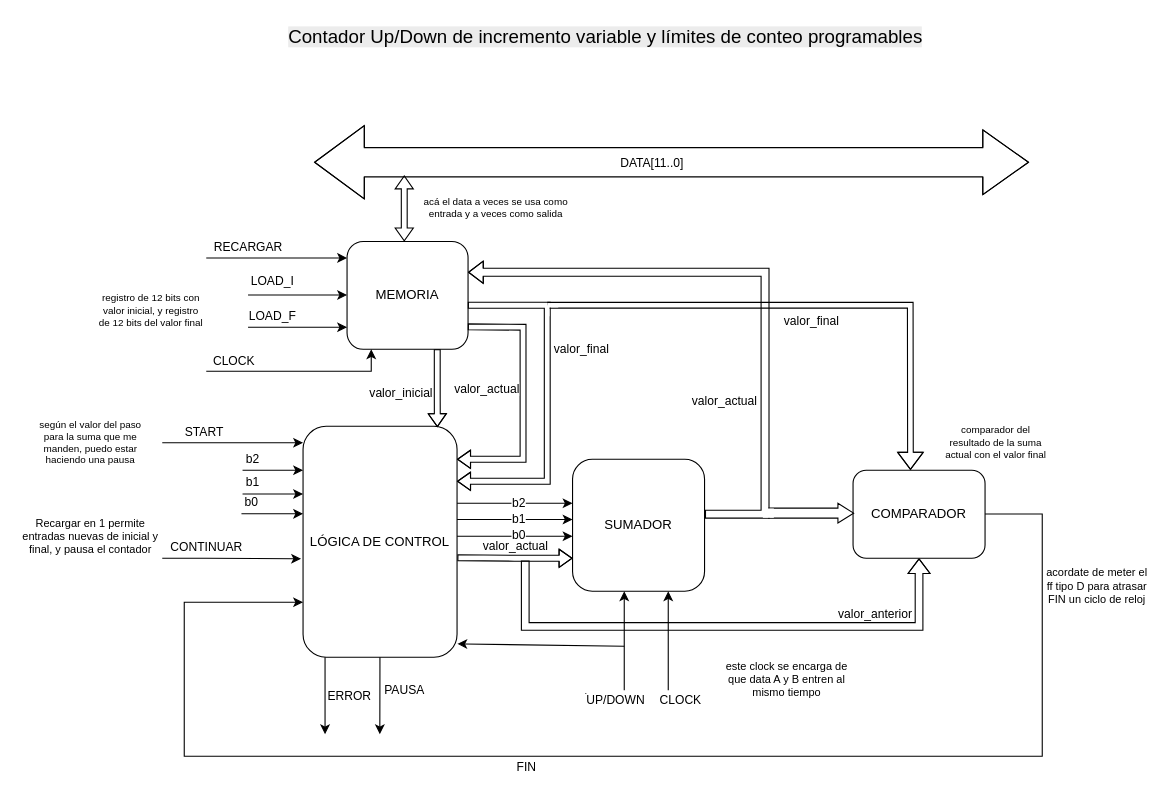
Before: page "Contador Up/Down" (2 of 4) of Integrador/Integrador.drawio in albertinap/IDL, a draw.io diagram. Source tidied: cells renumbered, new cells numbered last; positions are measured from the earlier drawing's top-left corner, leaving out a move shared by most shapes. Both pictures are drawn from the tidied source at 110%, with x=0, y=0 at pixel (19, 19).
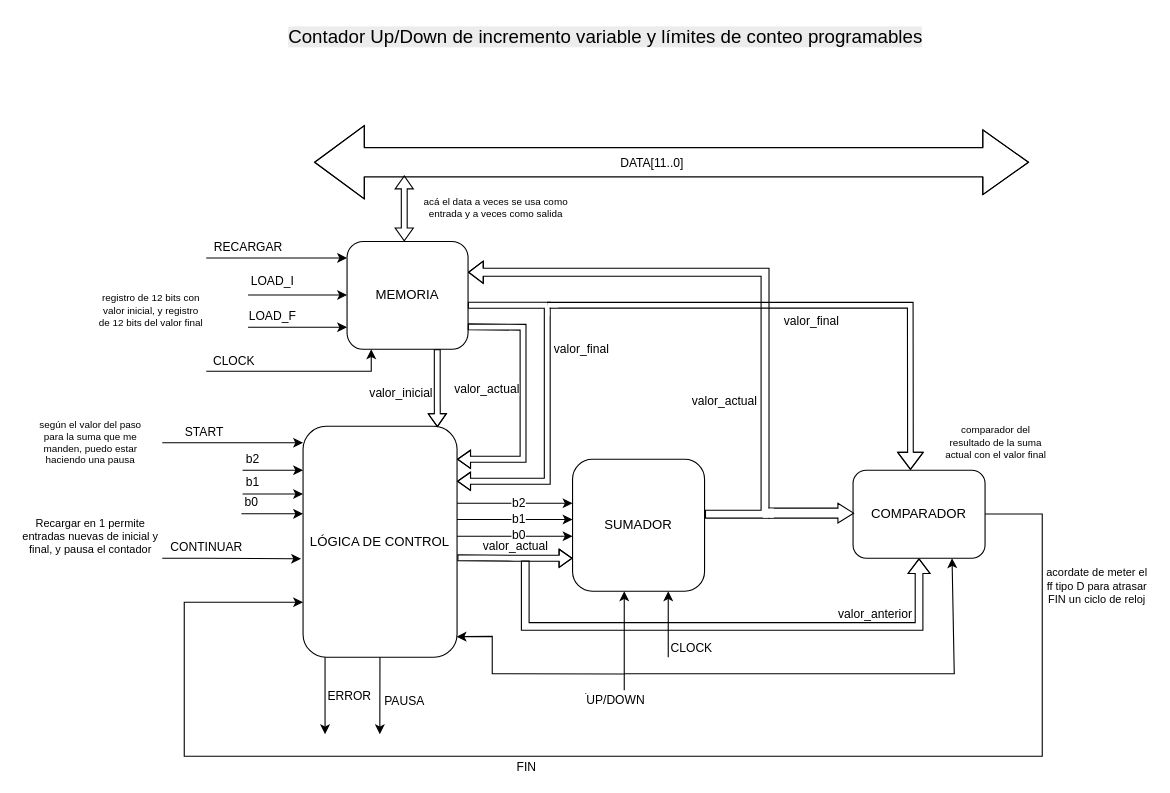
The same page after the edit.

Unchanged cells that the change refers to:
```xml
<mxCell id="8" value="SUMADOR" style="rounded=1;whiteSpace=wrap;html=1;" parent="1" vertex="1">
  <mxGeometry x="503" y="400" width="120" height="120" as="geometry" />
</mxCell>
<mxCell id="24" value="LÓGICA DE CONTROL" style="rounded=1;whiteSpace=wrap;html=1;" parent="1" vertex="1">
  <mxGeometry x="258" y="370" width="140" height="210" as="geometry" />
</mxCell>
<mxCell id="27" value="COMPARADOR" style="rounded=1;whiteSpace=wrap;html=1;" parent="1" vertex="1">
  <mxGeometry x="758" y="410" width="120" height="80" as="geometry" />
</mxCell>
```

Change to the diagram source:
```diff
@@
     <mxCell id="23" value="PAUSA" style="edgeStyle=orthogonalEdgeStyle;rounded=0;orthogonalLoop=1;jettySize=auto;html=1;exitX=0.5;exitY=1;exitDx=0;exitDy=0;" parent="1" edge="1">
-      <mxGeometry y="22" relative="1" as="geometry">
+      <mxGeometry x="0.25" y="22" relative="1" as="geometry">
         <mxPoint x="327.9" y="570" as="sourcePoint" />
         <mxPoint x="327.8" y="650" as="targetPoint" />
         <Array as="points">
           <mxPoint x="327.9" y="590" />
           <mxPoint x="327.9" y="590" />
         </Array>
       </mxGeometry>
     </mxCell>
@@
-    <mxCell id="35" style="endArrow=classic;html=1;rounded=0;entryX=1.002;entryY=0.942;entryDx=0;entryDy=0;entryPerimeter=0;" parent="1" edge="1" target="24">
+    <mxCell id="35" style="endArrow=classic;html=1;rounded=0;entryX=0.997;entryY=0.906;entryDx=0;entryDy=0;entryPerimeter=0;" parent="1" edge="1">
       <mxGeometry relative="1" as="geometry">
-        <mxPoint x="550" y="570" as="sourcePoint" />
+        <mxPoint x="549.7" y="595.2" as="sourcePoint" />
+        <mxPoint x="397.6" y="561.3" as="targetPoint" />
+        <Array as="points">
+          <mxPoint x="430" y="595" />
+          <mxPoint x="430" y="561" />
+        </Array>
       </mxGeometry>
     </mxCell>
@@
     <mxCell id="51" style="edgeStyle=orthogonalEdgeStyle;rounded=0;jettySize=auto;html=1;" parent="1" edge="1" target="8">
       <mxGeometry relative="1" as="geometry">
-        <mxPoint x="590" y="610" as="sourcePoint" />
+        <mxPoint x="590" y="580" as="sourcePoint" />
         <Array as="points">
           <mxPoint x="590" y="550" />
           <mxPoint x="590" y="550" />
         </Array>
       </mxGeometry>
     </mxCell>
     <mxCell id="52" value="CLOCK" style="edgeLabel;html=1;align=center;verticalAlign=middle;" parent="51" vertex="1">
       <mxGeometry x="-0.72" y="2" relative="1" as="geometry">
-        <mxPoint x="12" y="21" as="offset" />
+        <mxPoint x="22" y="-1" as="offset" />
       </mxGeometry>
     </mxCell>
-    <mxCell id="53" value="este clock se encarga de que data A y B entren al mismo tiempo" style="text;html=1;align=center;verticalAlign=middle;whiteSpace=wrap;rounded=0;fontSize=10;" parent="1" vertex="1">
-      <mxGeometry x="638" y="580" width="120" height="40" as="geometry" />
-    </mxCell>
@@
+    <mxCell id="68" style="endArrow=classic;html=1;rounded=0;entryX=0.75;entryY=1;entryDx=0;entryDy=0;" parent="1" edge="1" target="27">
+      <mxGeometry relative="1" as="geometry">
+        <mxPoint x="550" y="595" as="sourcePoint" />
+        <Array as="points">
+          <mxPoint x="850" y="595" />
+        </Array>
+      </mxGeometry>
+    </mxCell>
```
